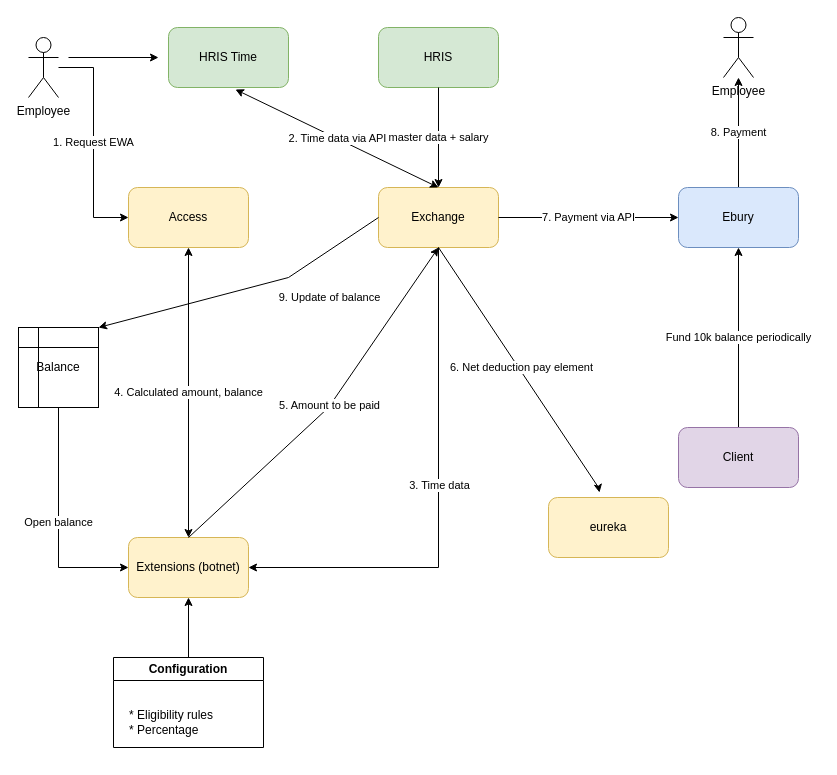
This is Untitled Diagram.drawio from jasperslits/tesla, a draw.io file, before an edit. Source tidied: cells renumbered, new cells numbered last; positions are measured from the earlier drawing's top-left corner, leaving out a move shared by most shapes. Both pictures are drawn from the tidied source at 100%, with x=0, y=0 at pixel (18, 17).
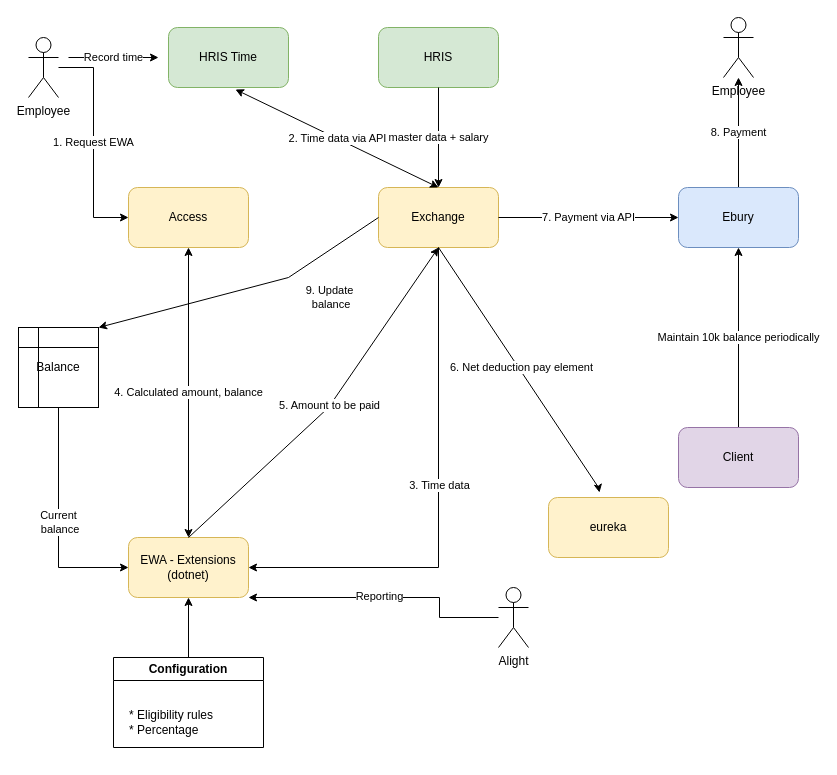
Above is the later version.

The change refers to these unchanged cells:
```xml
<mxCell id="5" value="Exchange" style="rounded=1;whiteSpace=wrap;html=1;fillColor=#fff2cc;strokeColor=#d6b656;" parent="1" vertex="1">
  <mxGeometry x="360" y="170" width="120" height="60" as="geometry" />
</mxCell>
<mxCell id="9" value="Ebury" style="rounded=1;whiteSpace=wrap;html=1;fillColor=#dae8fc;strokeColor=#6c8ebf;" parent="1" vertex="1">
  <mxGeometry x="660" y="170" width="120" height="60" as="geometry" />
</mxCell>
<mxCell id="17" value="Client" style="rounded=1;whiteSpace=wrap;html=1;fillColor=#e1d5e7;strokeColor=#9673a6;" parent="1" vertex="1">
  <mxGeometry x="660" y="410" width="120" height="60" as="geometry" />
</mxCell>
<mxCell id="28" value="Balance" style="shape=internalStorage;whiteSpace=wrap;html=1;backgroundOutline=1;" parent="1" vertex="1">
  <mxGeometry y="310" width="80" height="80" as="geometry" />
</mxCell>
```

Diff of the diagram source:
```diff
@@
-    <mxCell id="7" value="Extensions (botnet)" style="rounded=1;whiteSpace=wrap;html=1;fillColor=#fff2cc;strokeColor=#d6b656;" parent="1" vertex="1">
+    <mxCell id="7" value="EWA - Extensions (dotnet)" style="rounded=1;whiteSpace=wrap;html=1;fillColor=#fff2cc;strokeColor=#d6b656;" parent="1" vertex="1">
       <mxGeometry x="110" y="520" width="120" height="60" as="geometry" />
     </mxCell>
@@
-    <mxCell id="16" value="Fund 10k balance periodically" style="edgeStyle=orthogonalEdgeStyle;rounded=0;jettySize=auto;html=1;exitX=0.5;exitY=0;exitDx=0;exitDy=0;entryX=0.5;entryY=1;entryDx=0;entryDy=0;" parent="1" edge="1" source="17" target="9">
+    <mxCell id="16" value="Maintain 10k balance periodically" style="edgeStyle=orthogonalEdgeStyle;rounded=0;jettySize=auto;html=1;exitX=0.5;exitY=0;exitDx=0;exitDy=0;entryX=0.5;entryY=1;entryDx=0;entryDy=0;" parent="1" edge="1" source="17" target="9">
       <mxGeometry relative="1" as="geometry" />
     </mxCell>
@@
-    <mxCell id="27" value="Open balance" style="edgeStyle=orthogonalEdgeStyle;rounded=0;jettySize=auto;html=1;exitX=0.5;exitY=1;exitDx=0;exitDy=0;entryX=0;entryY=0.5;entryDx=0;entryDy=0;" parent="1" edge="1" source="28" target="7">
+    <mxCell id="27" value="Current&lt;br&gt;&amp;nbsp;balance" style="edgeStyle=orthogonalEdgeStyle;rounded=0;jettySize=auto;html=1;exitX=0.5;exitY=1;exitDx=0;exitDy=0;entryX=0;entryY=0.5;entryDx=0;entryDy=0;" parent="1" edge="1" source="28" target="7">
       <mxGeometry relative="1" as="geometry" />
     </mxCell>
@@
-    <mxCell id="29" value="9. Update of balance" style="endArrow=classic;html=1;rounded=0;exitX=0;exitY=0.5;exitDx=0;exitDy=0;entryX=1;entryY=0;entryDx=0;entryDy=0;" parent="1" edge="1" source="5" target="28">
+    <mxCell id="29" value="9. Update&lt;br&gt;&amp;nbsp;balance" style="endArrow=classic;html=1;rounded=0;exitX=0;exitY=0.5;exitDx=0;exitDy=0;entryX=1;entryY=0;entryDx=0;entryDy=0;" parent="1" edge="1" source="5" target="28">
       <mxGeometry x="-0.44" y="39" relative="1" as="geometry">
         <Array as="points">
           <mxPoint x="270" y="260" />
         </Array>
       </mxGeometry>
     </mxCell>
-    <mxCell id="30" style="endArrow=classic;html=1;rounded=0;" parent="1" edge="1">
+    <mxCell id="30" value="Record time" style="endArrow=classic;html=1;rounded=0;" parent="1" edge="1">
       <mxGeometry relative="1" as="geometry">
         <mxPoint x="50" y="40" as="sourcePoint" />
         <mxPoint x="140" y="40" as="targetPoint" />
       </mxGeometry>
     </mxCell>
+    <mxCell id="31" style="edgeStyle=orthogonalEdgeStyle;rounded=0;jettySize=auto;html=1;entryX=1;entryY=1;entryDx=0;entryDy=0;" parent="1" edge="1" source="33" target="7">
+      <mxGeometry relative="1" as="geometry">
+        <Array as="points">
+          <mxPoint x="421" y="600" />
+          <mxPoint x="421" y="580" />
+        </Array>
+      </mxGeometry>
+    </mxCell>
+    <mxCell id="32" value="Reporting" style="edgeLabel;html=1;align=center;verticalAlign=middle;" parent="31" vertex="1">
+      <mxGeometry x="0.04" y="-2" relative="1" as="geometry" />
+    </mxCell>
+    <mxCell id="33" value="Alight" style="shape=umlActor;verticalLabelPosition=bottom;verticalAlign=top;html=1;outlineConnect=0;" parent="1" vertex="1">
+      <mxGeometry x="480" y="570" width="30" height="60" as="geometry" />
+    </mxCell>
```
